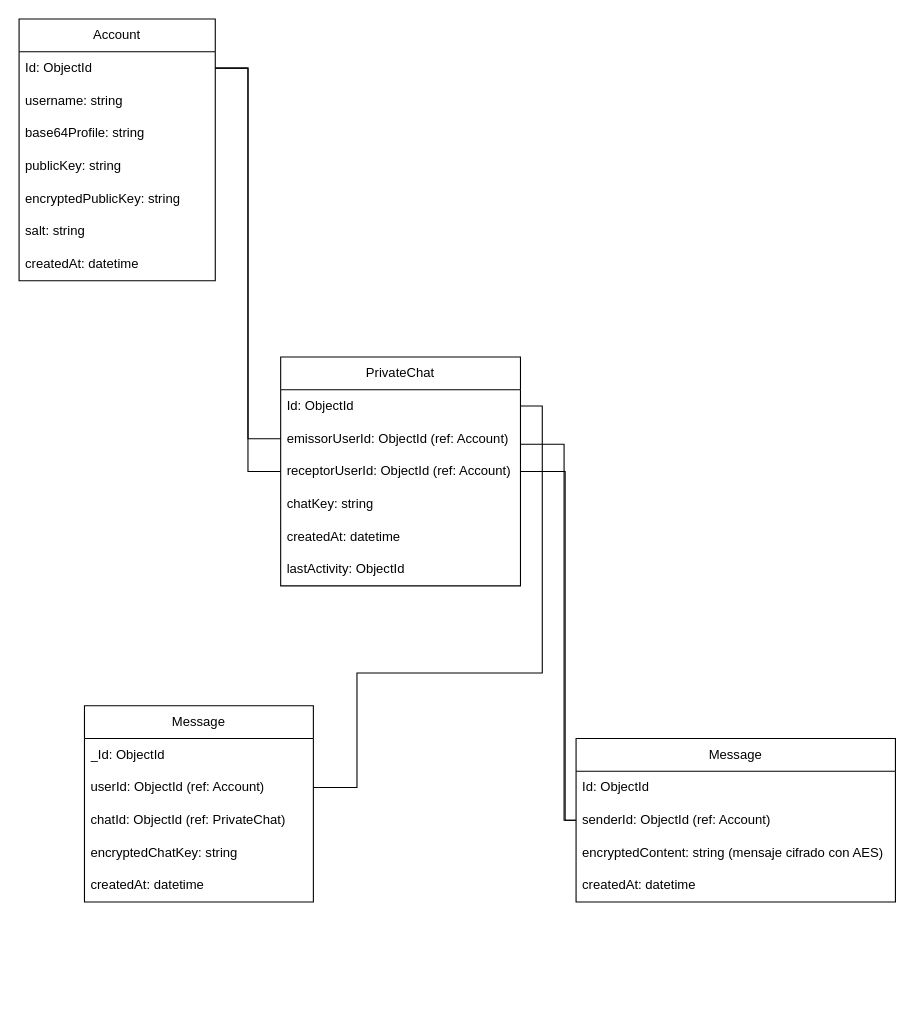
The draw.io diagram Database model.drawio in JorgeMartinezSanchez/Progra_II_2-2025, before the edit. Source tidied: cells renumbered, new cells numbered last; positions are measured from the earlier drawing's top-left corner, leaving out a move shared by most shapes. Both pictures are drawn from the tidied source at 109%, with x=0, y=0 at pixel (19, 19).
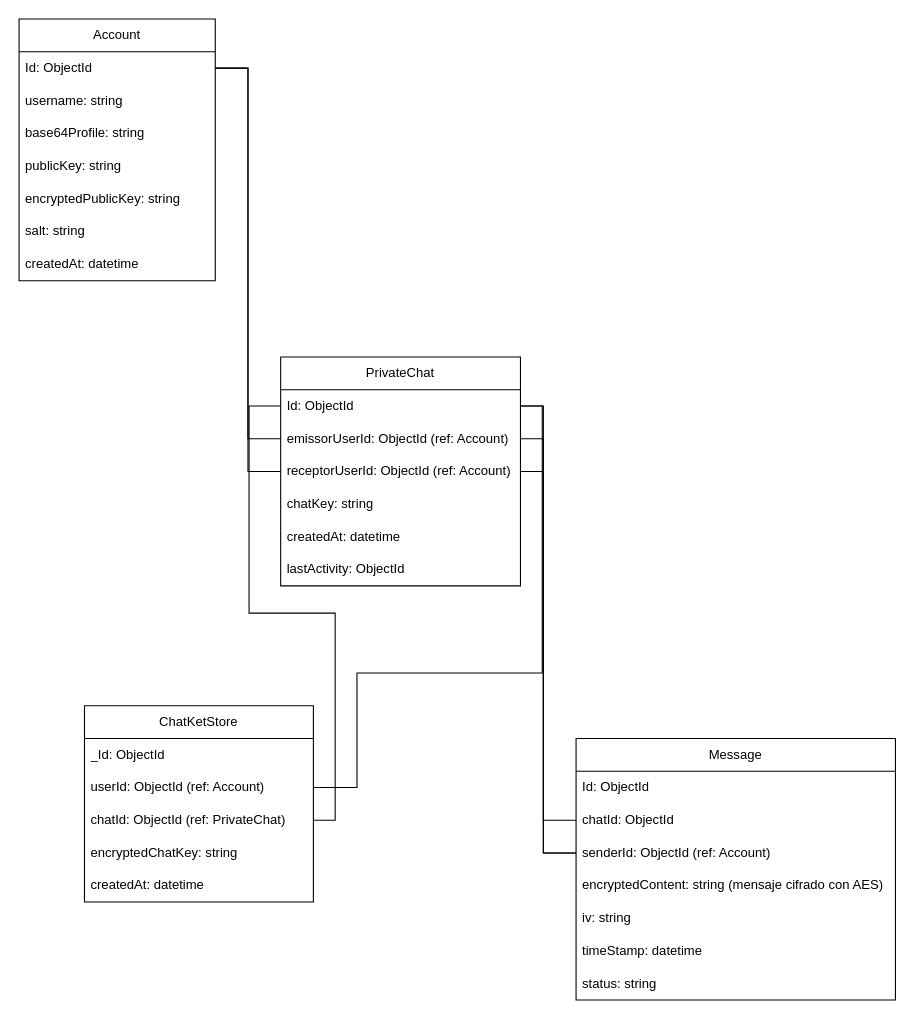
The same diagram, later.

The change refers to these unchanged cells:
```xml
<mxCell id="11" value="Id: ObjectId" style="text;strokeColor=none;fillColor=none;align=left;verticalAlign=middle;spacingLeft=4;spacingRight=4;overflow=hidden;points=[[0,0.5],[1,0.5]];portConstraint=eastwest;whiteSpace=wrap;html=1;" parent="10" vertex="1">
  <mxGeometry y="30" width="220" height="30" as="geometry" />
</mxCell>
<mxCell id="12" value="emissorUserId: ObjectId (ref: Account)" style="text;strokeColor=none;fillColor=none;align=left;verticalAlign=middle;spacingLeft=4;spacingRight=4;overflow=hidden;points=[[0,0.5],[1,0.5]];portConstraint=eastwest;whiteSpace=wrap;html=1;" parent="10" vertex="1">
  <mxGeometry y="60" width="220" height="30" as="geometry" />
</mxCell>
<mxCell id="13" value="receptorUserId: ObjectId (ref: Account)" style="text;strokeColor=none;fillColor=none;align=left;verticalAlign=middle;spacingLeft=4;spacingRight=4;overflow=hidden;points=[[0,0.5],[1,0.5]];portConstraint=eastwest;whiteSpace=wrap;html=1;" parent="10" vertex="1">
  <mxGeometry y="90" width="220" height="30" as="geometry" />
</mxCell>
<mxCell id="28" value="chatId: ObjectId (ref: PrivateChat)" style="text;strokeColor=none;fillColor=none;align=left;verticalAlign=middle;spacingLeft=4;spacingRight=4;overflow=hidden;points=[[0,0.5],[1,0.5]];portConstraint=eastwest;whiteSpace=wrap;html=1;" parent="25" vertex="1">
  <mxGeometry y="90" width="210" height="30" as="geometry" />
</mxCell>
```

Diff of the diagram source:
```diff
@@
     <mxCell id="17" value="Message" style="swimlane;fontStyle=0;horizontal=1;startSize=30;whiteSpace=wrap;html=1;" parent="1" vertex="1">
-      <mxGeometry x="511" y="660" width="293" height="150" as="geometry" />
+      <mxGeometry x="511" y="660" width="293" height="240" as="geometry" />
     </mxCell>
@@
+    <mxCell id="33" value="chatId: ObjectId" style="text;strokeColor=none;fillColor=none;align=left;verticalAlign=middle;spacingLeft=4;spacingRight=4;overflow=hidden;points=[[0,0.5],[1,0.5]];portConstraint=eastwest;whiteSpace=wrap;html=1;" parent="17" vertex="1">
+      <mxGeometry y="60" width="293" height="30" as="geometry" />
+    </mxCell>
     <mxCell id="19" value="senderId: ObjectId (ref: Account)" style="text;strokeColor=none;fillColor=none;align=left;verticalAlign=middle;spacingLeft=4;spacingRight=4;overflow=hidden;points=[[0,0.5],[1,0.5]];portConstraint=eastwest;whiteSpace=wrap;html=1;" parent="17" vertex="1">
-      <mxGeometry y="60" width="293" height="30" as="geometry" />
+      <mxGeometry y="90" width="293" height="30" as="geometry" />
     </mxCell>
     <mxCell id="20" value="encryptedContent: string (mensaje cifrado con AES)" style="text;strokeColor=none;fillColor=none;align=left;verticalAlign=middle;spacingLeft=4;spacingRight=4;overflow=hidden;whiteSpace=wrap;html=1;" parent="17" vertex="1">
-      <mxGeometry y="90" width="293" height="30" as="geometry" />
+      <mxGeometry y="120" width="293" height="30" as="geometry" />
     </mxCell>
+    <mxCell id="34" value="iv: string" style="text;strokeColor=none;fillColor=none;align=left;verticalAlign=middle;spacingLeft=4;spacingRight=4;overflow=hidden;whiteSpace=wrap;html=1;" parent="17" vertex="1">
+      <mxGeometry y="150" width="293" height="30" as="geometry" />
+    </mxCell>
+    <mxCell id="35" value="timeStamp: datetime" style="text;strokeColor=none;fillColor=none;align=left;verticalAlign=middle;spacingLeft=4;spacingRight=4;overflow=hidden;whiteSpace=wrap;html=1;" parent="17" vertex="1">
+      <mxGeometry y="180" width="293" height="30" as="geometry" />
+    </mxCell>
-    <mxCell id="21" value="createdAt: datetime" style="text;strokeColor=none;fillColor=none;align=left;verticalAlign=middle;spacingLeft=4;spacingRight=4;overflow=hidden;whiteSpace=wrap;html=1;" parent="17" vertex="1">
-      <mxGeometry y="120" width="293" height="30" as="geometry" />
+    <mxCell id="21" value="status: string" style="text;strokeColor=none;fillColor=none;align=left;verticalAlign=middle;spacingLeft=4;spacingRight=4;overflow=hidden;whiteSpace=wrap;html=1;" parent="17" vertex="1">
+      <mxGeometry y="210" width="293" height="30" as="geometry" />
     </mxCell>
@@
-    <mxCell id="24" style="edgeStyle=orthogonalEdgeStyle;rounded=0;jettySize=auto;html=1;endArrow=none;endFill=0;" parent="1" edge="1" source="12" target="19">
-      <mxGeometry relative="1" as="geometry">
-        <Array as="points">
-          <mxPoint x="500" y="390" />
-          <mxPoint x="500" y="735" />
-        </Array>
-      </mxGeometry>
-    </mxCell>
-    <mxCell id="25" value="Message" style="swimlane;fontStyle=0;horizontal=1;startSize=30;whiteSpace=wrap;html=1;" parent="1" vertex="1">
+    <mxCell id="25" value="ChatKetStore" style="swimlane;fontStyle=0;horizontal=1;startSize=30;whiteSpace=wrap;html=1;" parent="1" vertex="1">
       <mxGeometry x="60" y="630" width="210" height="180" as="geometry" />
     </mxCell>
@@
     <mxCell id="32" style="edgeStyle=orthogonalEdgeStyle;rounded=0;jettySize=auto;html=1;endArrow=none;endFill=0;" parent="1" edge="1" source="13" target="19">
       <mxGeometry relative="1" as="geometry">
         <Array as="points">
-          <mxPoint x="501" y="415" />
-          <mxPoint x="501" y="735" />
+          <mxPoint x="481" y="415" />
+          <mxPoint x="481" y="765" />
         </Array>
       </mxGeometry>
     </mxCell>
+    <mxCell id="24" style="edgeStyle=orthogonalEdgeStyle;rounded=0;jettySize=auto;html=1;endArrow=none;endFill=0;" parent="1" edge="1" source="12" target="19">
+      <mxGeometry relative="1" as="geometry">
+        <Array as="points">
+          <mxPoint x="481" y="385" />
+          <mxPoint x="481" y="765" />
+        </Array>
+      </mxGeometry>
+    </mxCell>
+    <mxCell id="36" style="edgeStyle=orthogonalEdgeStyle;rounded=0;jettySize=auto;html=1;endArrow=none;endFill=0;" parent="1" edge="1" source="11" target="33">
+      <mxGeometry relative="1" as="geometry">
+        <Array as="points">
+          <mxPoint x="481" y="355" />
+          <mxPoint x="481" y="735" />
+        </Array>
+      </mxGeometry>
+    </mxCell>
+    <mxCell id="37" style="edgeStyle=orthogonalEdgeStyle;rounded=0;jettySize=auto;html=1;endArrow=none;endFill=0;" parent="1" edge="1" source="11" target="28">
+      <mxGeometry relative="1" as="geometry">
+        <Array as="points">
+          <mxPoint x="211" y="355" />
+          <mxPoint x="211" y="545" />
+          <mxPoint x="290" y="545" />
+          <mxPoint x="290" y="735" />
+        </Array>
+      </mxGeometry>
+    </mxCell>
```
